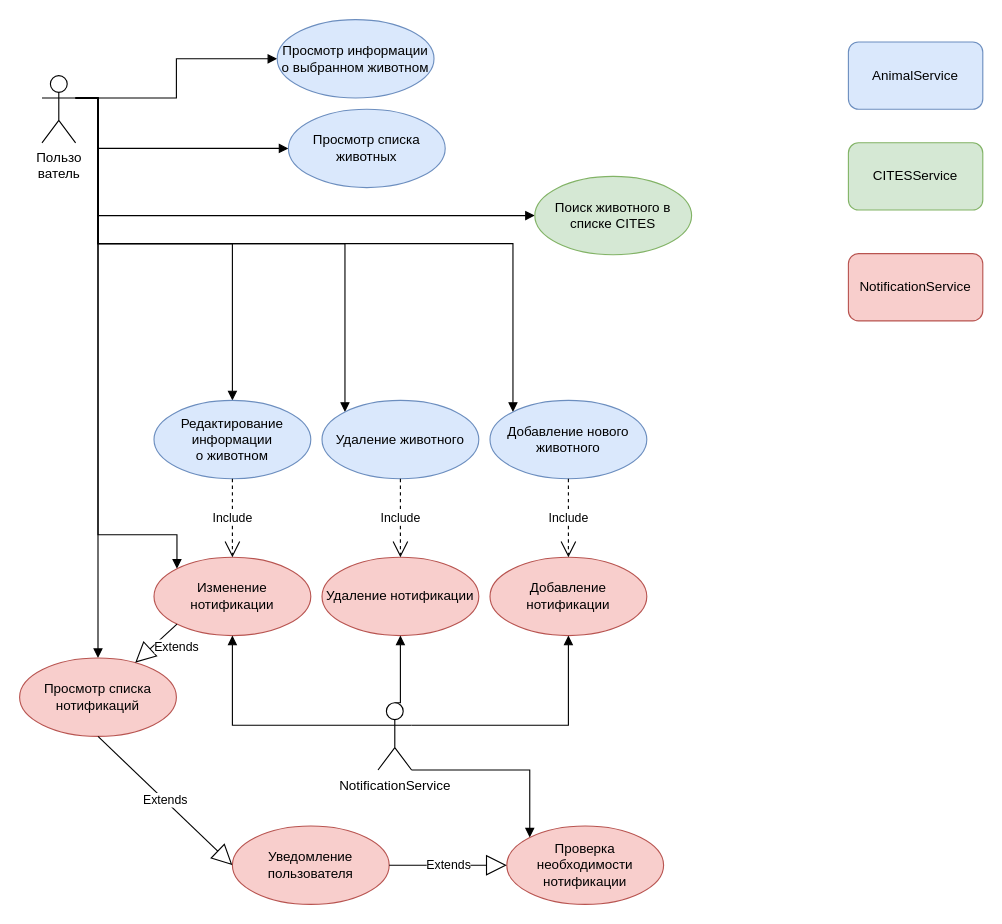
Above: page "UseCases" (2 of 3) of Untitled Diagram.drawio in avokado03/TerraManager (draw.io), before the change. Source tidied: cells renumbered, new cells numbered last; positions are measured from the earlier drawing's top-left corner, leaving out a move shared by most shapes. Both pictures are drawn from the tidied source at 112%, with x=0, y=0 at pixel (19, 19).
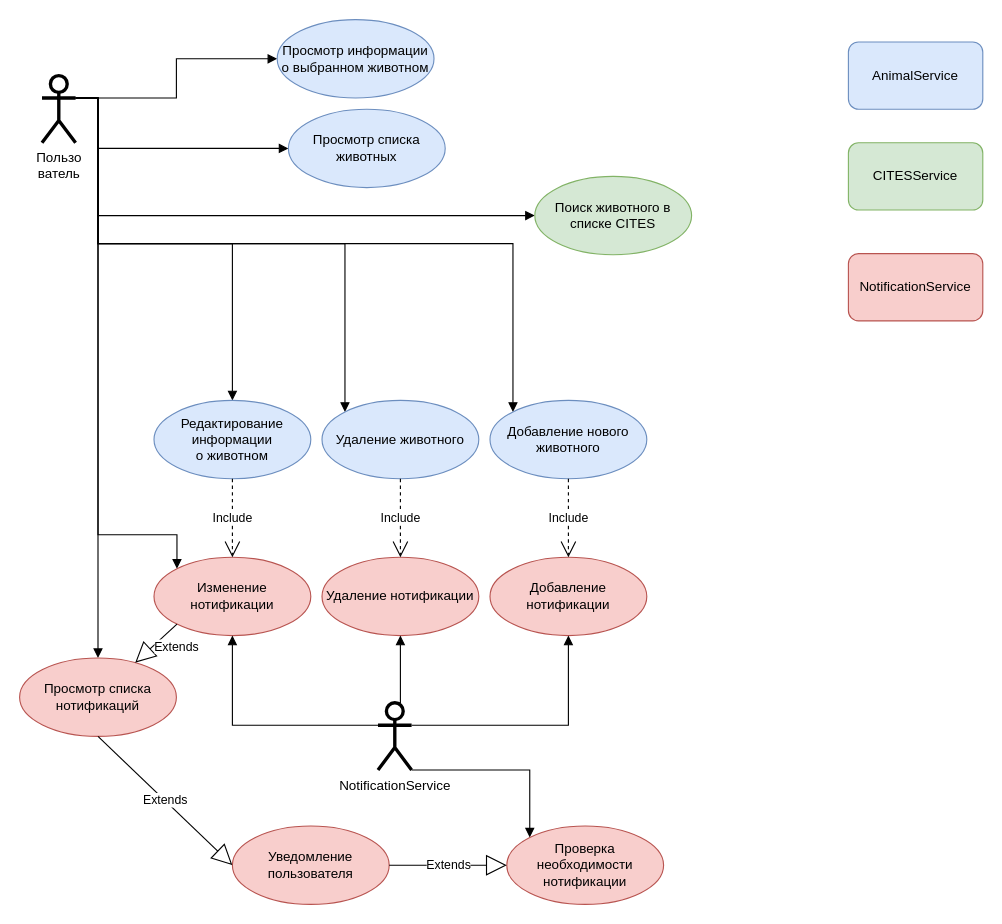
After the change.

Diff of the diagram source:
```diff
@@
-    <mxCell id="10" value="Пользо&lt;br&gt;ватель" style="shape=umlActor;verticalLabelPosition=bottom;verticalAlign=top;html=1;" parent="1" vertex="1">
+    <mxCell id="10" value="Пользо&lt;br&gt;ватель" style="shape=umlActor;verticalLabelPosition=bottom;verticalAlign=top;html=1;strokeWidth=3;" parent="1" vertex="1">
       <mxGeometry x="20" y="50" width="30" height="60" as="geometry" />
     </mxCell>
@@
-    <mxCell id="26" value="NotificationService" style="shape=umlActor;verticalLabelPosition=bottom;verticalAlign=top;html=1;" parent="1" vertex="1">
+    <mxCell id="26" value="NotificationService" style="shape=umlActor;verticalLabelPosition=bottom;verticalAlign=top;html=1;strokeWidth=3;" parent="1" vertex="1">
       <mxGeometry x="320" y="610" width="30" height="60" as="geometry" />
     </mxCell>
```
